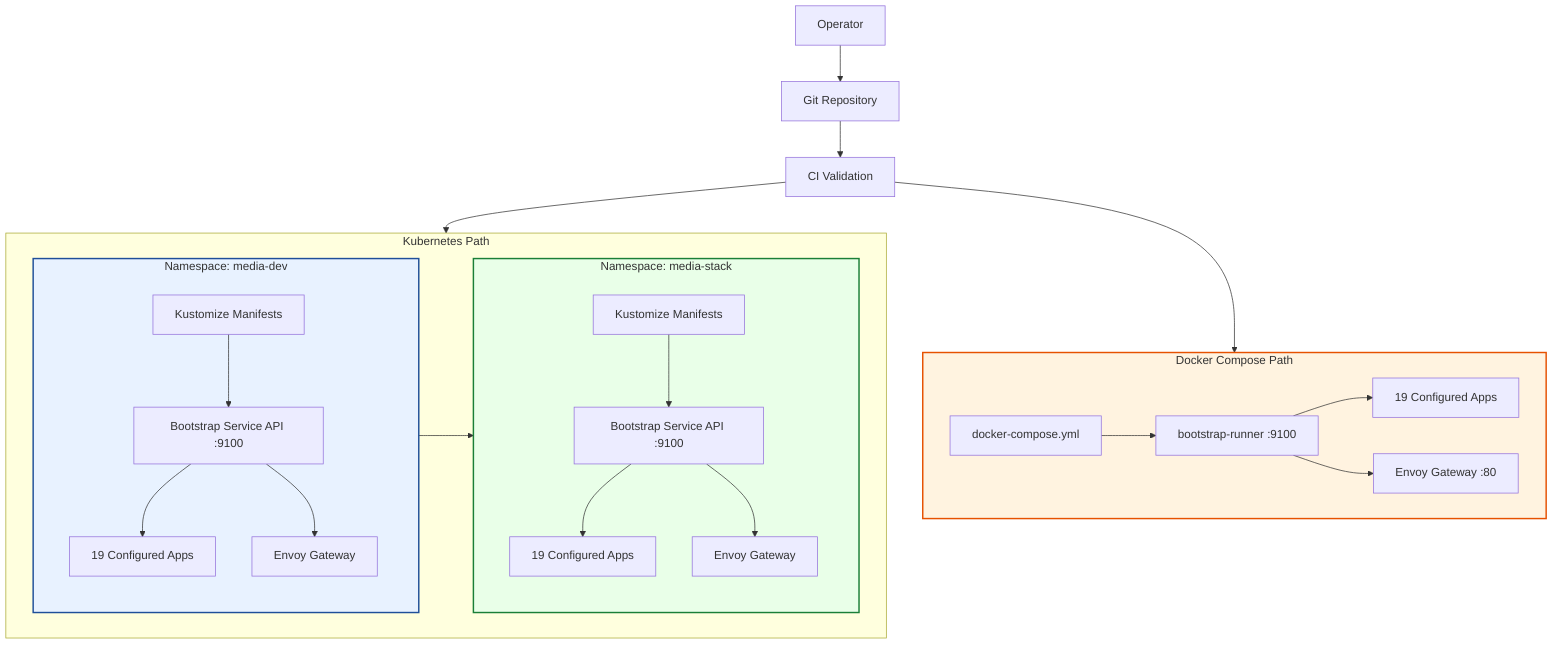
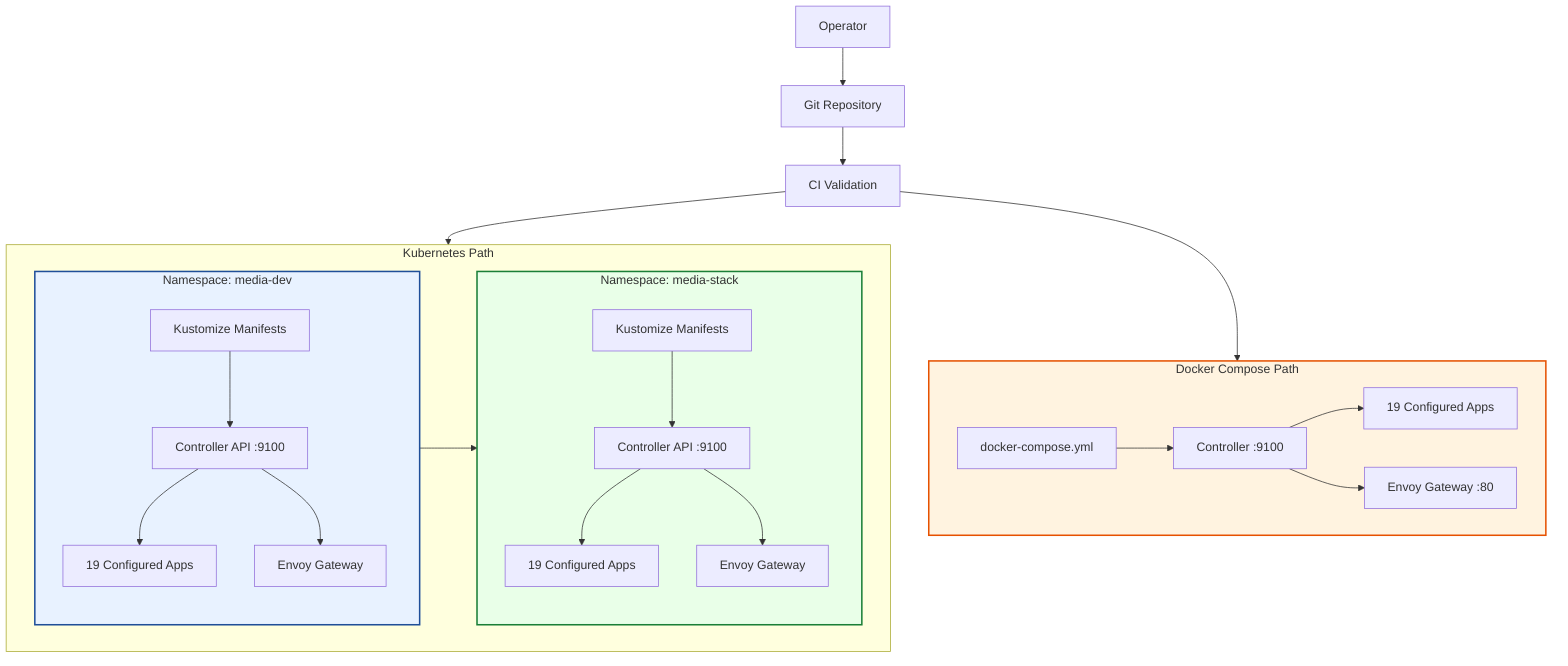
flowchart TB
  OP[Operator]
  GIT[Git Repository]
  CI[CI Validation]

  subgraph K8S[Kubernetes Path]
    subgraph ENV1[Namespace: media-dev]
      K8S1[Kustomize Manifests]
-       BOOT1[Bootstrap Service API :9100]
+       BOOT1[Controller API :9100]
      ENVOY1[Envoy Gateway]
      APPS1[19 Configured Apps]
    end
    subgraph ENV2[Namespace: media-stack]
      K8S2[Kustomize Manifests]
-       BOOT2[Bootstrap Service API :9100]
+       BOOT2[Controller API :9100]
      ENVOY2[Envoy Gateway]
      APPS2[19 Configured Apps]
    end
  end

  subgraph COMPOSE[Docker Compose Path]
    DC[docker-compose.yml]
-     BOOT3[bootstrap-runner :9100]
+     BOOT3[Controller :9100]
    ENVOY3[Envoy Gateway :80]
    APPS3[19 Configured Apps]
  end

  OP --> GIT
  GIT --> CI
  CI --> K8S
  CI --> COMPOSE
  ENV1 --> ENV2

  K8S1 --> BOOT1 --> APPS1
  BOOT1 --> ENVOY1
  K8S2 --> BOOT2 --> APPS2
  BOOT2 --> ENVOY2

  DC --> BOOT3 --> APPS3
  BOOT3 --> ENVOY3

  style ENV1 fill:#e8f2ff,stroke:#1f4f99,stroke-width:2px
  style ENV2 fill:#e9ffe8,stroke:#1a7f37,stroke-width:2px
  style COMPOSE fill:#fff3e0,stroke:#e65100,stroke-width:2px
